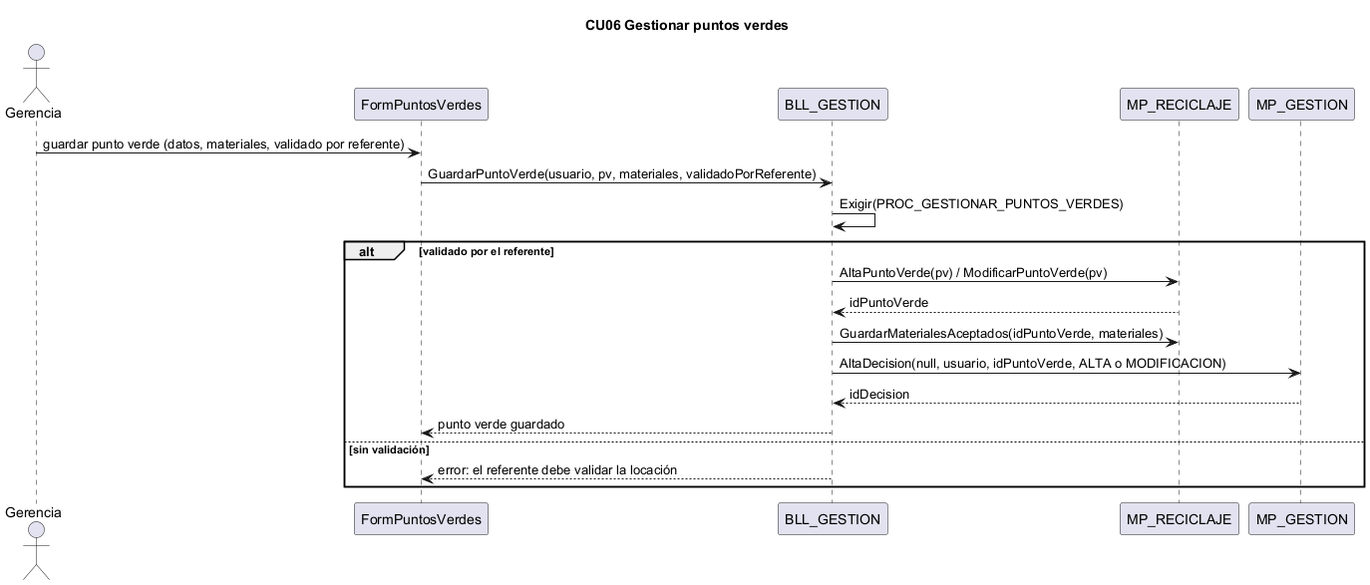
L-Muniz/uai-diploma_2026 keeps this PlantUML diagram as docs/diagramas/secuencias_png/CU06.png. Above is the earlier version.
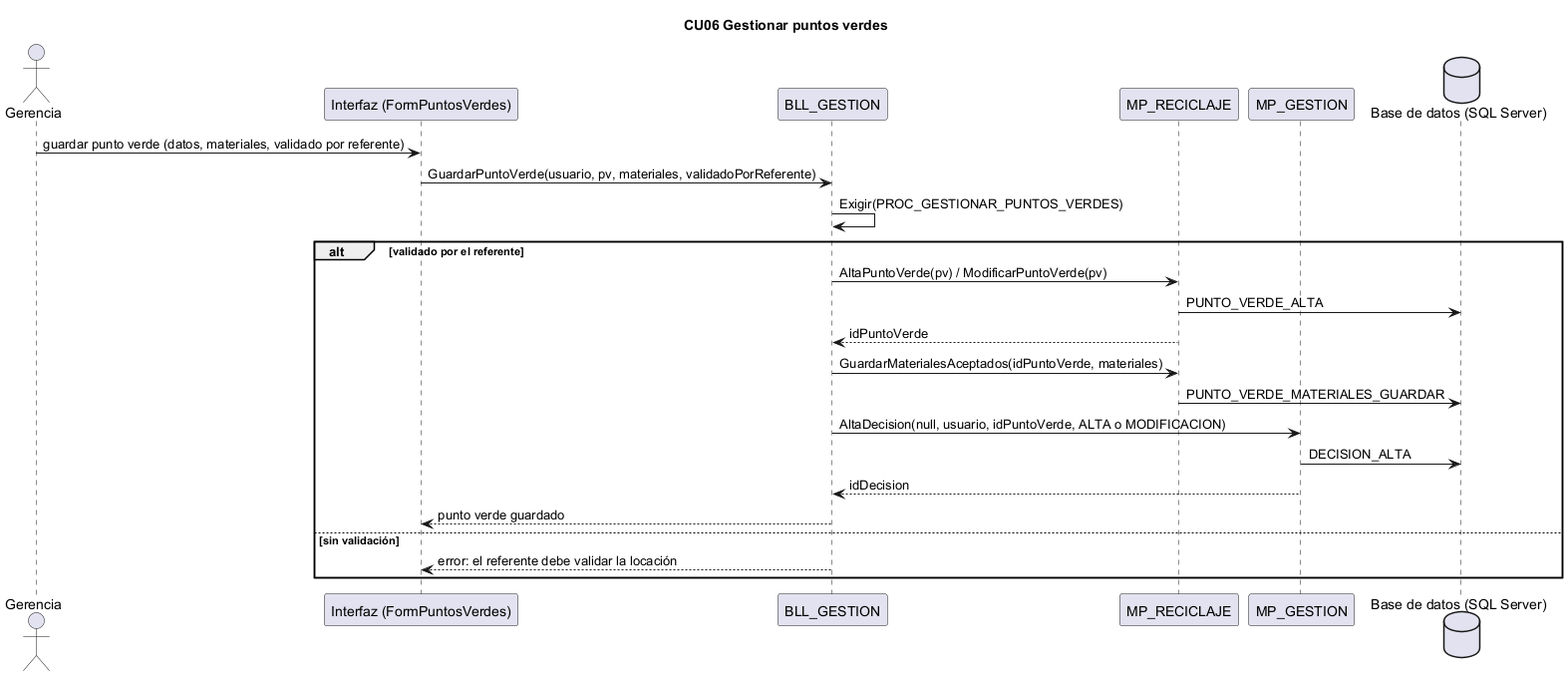
The same diagram one commit later.

The edit, as a diff of the source:
```diff
@@ -1,18 +1,22 @@
 @startuml CU06
 title CU06 Gestionar puntos verdes
 actor Gerencia
-participant "FormPuntosVerdes" as IU
+participant "Interfaz (FormPuntosVerdes)" as IU
 participant "BLL_GESTION" as BLL
 participant "MP_RECICLAJE" as DAR
 participant "MP_GESTION" as DAG
+database "Base de datos (SQL Server)" as BD
 Gerencia -> IU : guardar punto verde (datos, materiales, validado por referente)
 IU -> BLL : GuardarPuntoVerde(usuario, pv, materiales, validadoPorReferente)
 BLL -> BLL : Exigir(PROC_GESTIONAR_PUNTOS_VERDES)
 alt validado por el referente
   BLL -> DAR : AltaPuntoVerde(pv) / ModificarPuntoVerde(pv)
+DAR -> BD : PUNTO_VERDE_ALTA
   DAR --> BLL : idPuntoVerde
   BLL -> DAR : GuardarMaterialesAceptados(idPuntoVerde, materiales)
+DAR -> BD : PUNTO_VERDE_MATERIALES_GUARDAR
   BLL -> DAG : AltaDecision(null, usuario, idPuntoVerde, ALTA o MODIFICACION)
+DAG -> BD : DECISION_ALTA
   DAG --> BLL : idDecision
   BLL --> IU : punto verde guardado
 else sin validación
```
